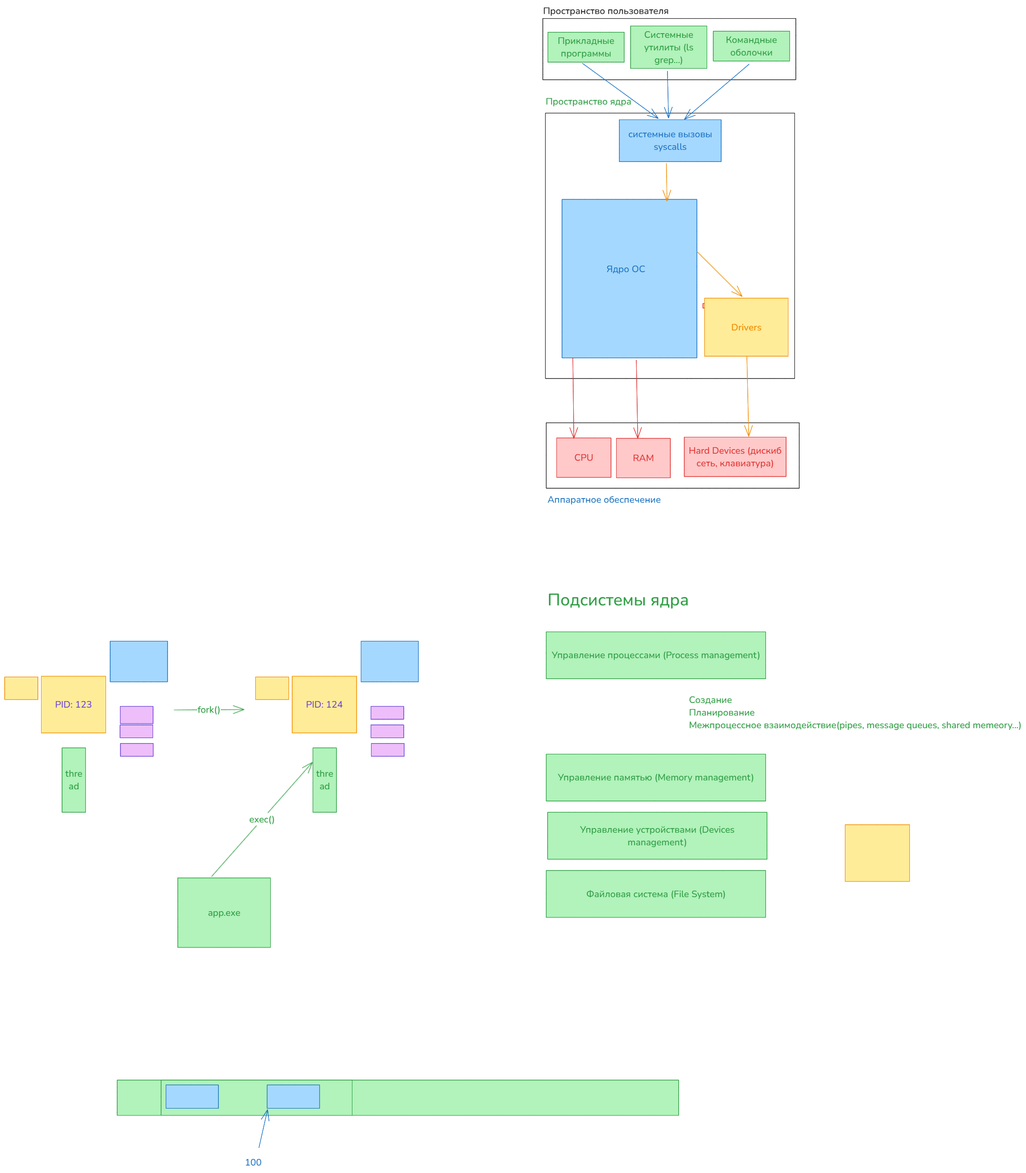
The Excalidraw diagram 2.os/2.2.kernel.excalidraw.png in silvercodes/p32_docker, before a commit. Source tidied: one line per element, renumbered; positions are measured from the earlier drawing's top-left corner, leaving out a move shared by most shapes. The source it was exported from:
```json
{"id": 0, "type": "rectangle", "strokeColor": "#1e1e1e", "strokeWidth": 1, "roughness": 0, "x": 1158, "y": 232, "width": 534, "height": 569}
{"id": 1, "type": "rectangle", "strokeColor": "#1e1e1e", "strokeWidth": 1, "roughness": 0, "x": 1153, "y": 30, "width": 542, "height": 131}
{"id": 2, "type": "rectangle", "strokeColor": "#1e1e1e", "strokeWidth": 1, "roughness": 0, "x": 1160, "y": 896, "width": 542, "height": 140}
{"id": 3, "type": "text", "text": "Пространство пользователя", "strokeColor": "#1e1e1e", "strokeWidth": 1, "roughness": 0, "fontSize": 20, "fontFamily": 6, "x": 1153, "y": 0, "width": 269, "height": 27}
{"id": 4, "type": "rectangle", "strokeColor": "#2f9e44", "backgroundColor": "#b2f2bb", "fillStyle": "solid", "strokeWidth": 1, "roughness": 0, "x": 1164, "y": 59, "width": 164, "height": 64}
{"id": 5, "type": "text", "text": "Прикладные\nпрограммы", "strokeColor": "#2f9e44", "strokeWidth": 1, "roughness": 0, "fontSize": 20, "fontFamily": 6, "textAlign": "center", "verticalAlign": "middle", "inside": 4, "x": 1185, "y": 64, "width": 122, "height": 54}
{"id": 6, "type": "rectangle", "strokeColor": "#2f9e44", "backgroundColor": "#b2f2bb", "fillStyle": "solid", "strokeWidth": 1, "roughness": 0, "x": 1341, "y": 46, "width": 164, "height": 91}
{"id": 7, "type": "text", "text": "Системные\nутилиты (ls\ngrep...)", "strokeColor": "#2f9e44", "strokeWidth": 1, "roughness": 0, "fontSize": 20, "fontFamily": 6, "textAlign": "center", "verticalAlign": "middle", "inside": 6, "x": 1370, "y": 51, "width": 106, "height": 81}
{"id": 8, "type": "rectangle", "strokeColor": "#2f9e44", "backgroundColor": "#b2f2bb", "fillStyle": "solid", "strokeWidth": 1, "roughness": 0, "x": 1518, "y": 57, "width": 164, "height": 64}
{"id": 9, "type": "text", "text": "Командные\nоболочки", "strokeColor": "#2f9e44", "strokeWidth": 1, "roughness": 0, "fontSize": 20, "fontFamily": 6, "textAlign": "center", "verticalAlign": "middle", "inside": 8, "x": 1545, "y": 62, "width": 110, "height": 54}
{"id": 10, "type": "text", "text": "Пространство ядра", "strokeColor": "#2f9e44", "backgroundColor": "#b2f2bb", "fillStyle": "solid", "strokeWidth": 1, "roughness": 0, "fontSize": 20, "fontFamily": 6, "x": 1159, "y": 194, "width": 184, "height": 27}
{"id": 11, "type": "rectangle", "strokeColor": "#1971c2", "backgroundColor": "#a5d8ff", "fillStyle": "solid", "strokeWidth": 1, "roughness": 0, "x": 1317, "y": 246, "width": 218, "height": 90}
{"id": 12, "type": "text", "text": "системные вызовы\nsyscalls", "strokeColor": "#1971c2", "backgroundColor": "#a5d8ff", "fillStyle": "solid", "strokeWidth": 1, "roughness": 0, "fontSize": 20, "fontFamily": 6, "textAlign": "center", "verticalAlign": "middle", "inside": 11, "x": 1336, "y": 264, "width": 180, "height": 54}
{"id": 13, "type": "arrow", "strokeColor": "#1971c2", "backgroundColor": "#a5d8ff", "fillStyle": "solid", "strokeWidth": 1, "roughness": 0, "endArrowhead": "arrow", "round": true, "from": 4, "to": 11, "x": 1238, "y": 126, "width": 163, "height": 118, "points": [[0, 0], [163, 118]]}
{"id": 14, "type": "arrow", "strokeColor": "#1971c2", "backgroundColor": "#a5d8ff", "fillStyle": "solid", "strokeWidth": 1, "roughness": 0, "endArrowhead": "arrow", "round": true, "from": 6, "to": 11, "x": 1420, "y": 142, "width": 2, "height": 100, "points": [[0, 0], [2, 100]]}
{"id": 15, "type": "arrow", "strokeColor": "#1971c2", "backgroundColor": "#a5d8ff", "fillStyle": "solid", "strokeWidth": 1, "roughness": 0, "endArrowhead": "arrow", "round": true, "from": 8, "to": 11, "x": 1595, "y": 127, "width": 139, "height": 118, "points": [[0, 0], [-139, 118]]}
{"id": 16, "type": "rectangle", "strokeColor": "#1971c2", "backgroundColor": "#a5d8ff", "fillStyle": "solid", "strokeWidth": 1, "roughness": 0, "x": 1194, "y": 417, "width": 289, "height": 340}
{"id": 17, "type": "text", "text": "Ядро ОС", "strokeColor": "#1971c2", "backgroundColor": "#a5d8ff", "fillStyle": "solid", "strokeWidth": 1, "roughness": 0, "fontSize": 20, "fontFamily": 6, "x": 1289, "y": 553, "width": 83, "height": 27}
{"id": 18, "type": "text", "text": "Аппаратное обеспечение", "strokeColor": "#1971c2", "backgroundColor": "#a5d8ff", "fillStyle": "solid", "strokeWidth": 1, "roughness": 0, "fontSize": 20, "fontFamily": 6, "x": 1163, "y": 1047, "width": 243, "height": 27}
{"id": 19, "type": "rectangle", "strokeColor": "#e03131", "backgroundColor": "#ffc9c9", "fillStyle": "solid", "strokeWidth": 1, "roughness": 0, "x": 1183, "y": 928, "width": 116, "height": 84}
{"id": 20, "type": "text", "text": "CPU", "strokeColor": "#e03131", "backgroundColor": "#ffc9c9", "fillStyle": "solid", "strokeWidth": 1, "roughness": 0, "fontSize": 20, "fontFamily": 6, "textAlign": "center", "verticalAlign": "middle", "inside": 19, "x": 1220, "y": 957, "width": 41, "height": 27}
{"id": 21, "type": "rectangle", "strokeColor": "#e03131", "backgroundColor": "#ffc9c9", "fillStyle": "solid", "strokeWidth": 1, "roughness": 0, "x": 1311, "y": 929, "width": 116, "height": 84}
{"id": 22, "type": "text", "text": "RAM", "strokeColor": "#e03131", "backgroundColor": "#ffc9c9", "fillStyle": "solid", "strokeWidth": 1, "roughness": 0, "fontSize": 20, "fontFamily": 6, "textAlign": "center", "verticalAlign": "middle", "inside": 21, "x": 1346, "y": 958, "width": 45, "height": 27}
{"id": 23, "type": "rectangle", "strokeColor": "#e03131", "backgroundColor": "#ffc9c9", "fillStyle": "solid", "strokeWidth": 1, "roughness": 0, "x": 1456, "y": 926, "width": 218, "height": 84}
{"id": 24, "type": "text", "text": "Hard Devices (дискиб\nсеть, клавиатура)", "strokeColor": "#e03131", "backgroundColor": "#ffc9c9", "fillStyle": "solid", "strokeWidth": 1, "roughness": 0, "fontSize": 20, "fontFamily": 6, "textAlign": "center", "verticalAlign": "middle", "inside": 23, "x": 1465, "y": 942, "width": 199, "height": 54}
{"id": 25, "type": "arrow", "strokeColor": "#e03131", "backgroundColor": "#ffc9c9", "fillStyle": "solid", "strokeWidth": 1, "roughness": 0, "endArrowhead": "arrow", "round": true, "from": 16, "to": 19, "x": 1217, "y": 757, "width": 2, "height": 172, "points": [[0, 0], [2, 172]]}
{"id": 26, "type": "arrow", "strokeColor": "#e03131", "backgroundColor": "#ffc9c9", "fillStyle": "solid", "strokeWidth": 1, "roughness": 0, "endArrowhead": "arrow", "round": true, "from": 16, "to": 21, "x": 1353, "y": 761, "width": 3, "height": 168, "points": [[0, 0], [3, 168]]}
{"id": 27, "type": "rectangle", "strokeColor": "#f08c00", "backgroundColor": "#ffec99", "fillStyle": "solid", "strokeWidth": 1, "roughness": 0, "x": 1499, "y": 629, "width": 179, "height": 124}
{"id": 28, "type": "text", "text": "Drivers", "strokeColor": "#f08c00", "backgroundColor": "#ffec99", "fillStyle": "solid", "strokeWidth": 1, "roughness": 0, "fontSize": 20, "fontFamily": 6, "textAlign": "center", "verticalAlign": "middle", "inside": 27, "x": 1557, "y": 677, "width": 65, "height": 27}
{"id": 29, "type": "arrow", "strokeColor": "#f08c00", "backgroundColor": "#ffec99", "fillStyle": "solid", "strokeWidth": 1, "roughness": 0, "endArrowhead": "arrow", "round": true, "from": 16, "to": 27, "x": 1483, "y": 528, "width": 97, "height": 97, "points": [[0, 0], [97, 97]]}
{"id": 30, "type": "arrow", "strokeColor": "#f08c00", "backgroundColor": "#ffec99", "fillStyle": "solid", "strokeWidth": 1, "roughness": 0, "endArrowhead": "arrow", "round": true, "from": 27, "to": 23, "x": 1590, "y": 754, "width": 4, "height": 171, "points": [[0, 0], [4, 171]]}
{"id": 31, "type": "arrow", "strokeColor": "#f08c00", "backgroundColor": "#ffec99", "fillStyle": "solid", "strokeWidth": 1, "roughness": 0, "endArrowhead": "arrow", "round": true, "from": 11, "to": 16, "x": 1418, "y": 340, "width": 1, "height": 81, "points": [[0, 0], [1, 81]]}
{"id": 32, "type": "text", "text": "Подсистемы ядра", "strokeColor": "#2f9e44", "backgroundColor": "#ffec99", "fillStyle": "solid", "strokeWidth": 1, "roughness": 0, "fontSize": 36, "fontFamily": 6, "x": 1163, "y": 1251, "width": 303, "height": 49}
{"id": 33, "type": "rectangle", "strokeColor": "#2f9e44", "backgroundColor": "#b2f2bb", "fillStyle": "solid", "strokeWidth": 1, "roughness": 0, "x": 1160, "y": 1344, "width": 470, "height": 101}
{"id": 34, "type": "text", "text": "Управление процессами (Process management)", "strokeColor": "#2f9e44", "backgroundColor": "#b2f2bb", "fillStyle": "solid", "strokeWidth": 1, "roughness": 0, "fontSize": 20, "fontFamily": 6, "textAlign": "center", "verticalAlign": "middle", "inside": 33, "x": 1172, "y": 1380, "width": 447, "height": 27}
{"id": 35, "type": "text", "text": "Создание\nПланирование\nМежпроцессное взаимодействие(pipes, message queues, shared memeory...)", "strokeColor": "#2f9e44", "backgroundColor": "#b2f2bb", "fillStyle": "solid", "strokeWidth": 1, "roughness": 0, "fontSize": 20, "fontFamily": 6, "x": 1466, "y": 1476, "width": 713, "height": 81}
{"id": 36, "type": "rectangle", "strokeColor": "#f08c00", "backgroundColor": "#ffec99", "fillStyle": "solid", "strokeWidth": 1, "roughness": 0, "x": 79, "y": 1439, "width": 138, "height": 122}
{"id": 37, "type": "text", "text": "PID: 123", "strokeColor": "#6741d9", "backgroundColor": "#eebefa", "fillStyle": "solid", "strokeWidth": 1, "roughness": 0, "fontSize": 20, "fontFamily": 6, "textAlign": "center", "verticalAlign": "middle", "inside": 36, "x": 108, "y": 1486, "width": 79, "height": 27}
{"id": 38, "type": "rectangle", "strokeColor": "#f08c00", "backgroundColor": "#ffec99", "fillStyle": "solid", "strokeWidth": 1, "roughness": 0, "x": 0, "y": 1440, "width": 71, "height": 48}
{"id": 39, "type": "rectangle", "strokeColor": "#1971c2", "backgroundColor": "#a5d8ff", "fillStyle": "solid", "strokeWidth": 1, "roughness": 0, "x": 226, "y": 1364, "width": 123, "height": 87}
{"id": 40, "type": "rectangle", "strokeColor": "#6741d9", "backgroundColor": "#eebefa", "fillStyle": "solid", "strokeWidth": 1, "roughness": 0, "x": 248, "y": 1503, "width": 70, "height": 37}
{"id": 41, "type": "rectangle", "strokeColor": "#6741d9", "backgroundColor": "#eebefa", "fillStyle": "solid", "strokeWidth": 1, "roughness": 0, "x": 247, "y": 1543, "width": 70, "height": 28}
{"id": 42, "type": "rectangle", "strokeColor": "#6741d9", "backgroundColor": "#eebefa", "fillStyle": "solid", "strokeWidth": 1, "roughness": 0, "x": 248, "y": 1583, "width": 70, "height": 28}
{"id": 43, "type": "rectangle", "strokeColor": "#2f9e44", "backgroundColor": "#b2f2bb", "fillStyle": "solid", "strokeWidth": 1, "roughness": 0, "x": 123, "y": 1592, "width": 50, "height": 138}
{"id": 44, "type": "text", "text": "thre\nad", "strokeColor": "#2f9e44", "backgroundColor": "#b2f2bb", "fillStyle": "solid", "strokeWidth": 1, "roughness": 0, "fontSize": 20, "fontFamily": 6, "textAlign": "center", "verticalAlign": "middle", "inside": 43, "x": 130, "y": 1634, "width": 37, "height": 54}
{"id": 45, "type": "rectangle", "strokeColor": "#f08c00", "backgroundColor": "#ffec99", "fillStyle": "solid", "strokeWidth": 1, "roughness": 0, "x": 616, "y": 1439, "width": 138, "height": 122}
{"id": 46, "type": "text", "text": "PID: 124", "strokeColor": "#6741d9", "backgroundColor": "#eebefa", "fillStyle": "solid", "strokeWidth": 1, "roughness": 0, "fontSize": 20, "fontFamily": 6, "textAlign": "center", "verticalAlign": "middle", "inside": 45, "x": 646, "y": 1486, "width": 79, "height": 27}
{"id": 47, "type": "rectangle", "strokeColor": "#f08c00", "backgroundColor": "#ffec99", "fillStyle": "solid", "strokeWidth": 1, "roughness": 0, "x": 537, "y": 1440, "width": 71, "height": 48}
{"id": 48, "type": "rectangle", "strokeColor": "#1971c2", "backgroundColor": "#a5d8ff", "fillStyle": "solid", "strokeWidth": 1, "roughness": 0, "x": 763, "y": 1364, "width": 123, "height": 87}
{"id": 49, "type": "rectangle", "strokeColor": "#6741d9", "backgroundColor": "#eebefa", "fillStyle": "solid", "strokeWidth": 1, "roughness": 0, "x": 785, "y": 1503, "width": 70, "height": 28}
{"id": 50, "type": "rectangle", "strokeColor": "#6741d9", "backgroundColor": "#eebefa", "fillStyle": "solid", "strokeWidth": 1, "roughness": 0, "x": 785, "y": 1543, "width": 70, "height": 28}
{"id": 51, "type": "rectangle", "strokeColor": "#6741d9", "backgroundColor": "#eebefa", "fillStyle": "solid", "strokeWidth": 1, "roughness": 0, "x": 785, "y": 1583, "width": 70, "height": 28}
{"id": 52, "type": "rectangle", "strokeColor": "#2f9e44", "backgroundColor": "#b2f2bb", "fillStyle": "solid", "strokeWidth": 1, "roughness": 0, "x": 660, "y": 1592, "width": 50, "height": 138}
{"id": 53, "type": "text", "text": "thre\nad", "strokeColor": "#2f9e44", "backgroundColor": "#b2f2bb", "fillStyle": "solid", "strokeWidth": 1, "roughness": 0, "fontSize": 20, "fontFamily": 6, "textAlign": "center", "verticalAlign": "middle", "inside": 52, "x": 667, "y": 1634, "width": 37, "height": 54}
{"id": 54, "type": "arrow", "strokeColor": "#2f9e44", "backgroundColor": "#b2f2bb", "fillStyle": "solid", "strokeWidth": 1, "roughness": 0, "endArrowhead": "arrow", "round": true, "x": 363, "y": 1511, "width": 150, "height": 1, "points": [[0, 0], [150, -1]]}
{"id": 55, "type": "text", "text": "fork()", "strokeColor": "#2f9e44", "backgroundColor": "#b2f2bb", "fillStyle": "solid", "strokeWidth": 1, "roughness": 0, "fontSize": 20, "fontFamily": 6, "textAlign": "center", "verticalAlign": "middle", "inside": 54, "x": 501, "y": 1407, "width": 49, "height": 27}
{"id": 56, "type": "rectangle", "strokeColor": "#2f9e44", "backgroundColor": "#b2f2bb", "fillStyle": "solid", "strokeWidth": 1, "roughness": 0, "x": 371, "y": 1871, "width": 199, "height": 149}
{"id": 57, "type": "text", "text": "app.exe", "strokeColor": "#2f9e44", "backgroundColor": "#b2f2bb", "fillStyle": "solid", "strokeWidth": 1, "roughness": 0, "fontSize": 20, "fontFamily": 6, "textAlign": "center", "verticalAlign": "middle", "inside": 56, "x": 435, "y": 1932, "width": 70, "height": 27}
{"id": 58, "type": "arrow", "strokeColor": "#2f9e44", "backgroundColor": "#b2f2bb", "fillStyle": "solid", "strokeWidth": 1, "roughness": 0, "endArrowhead": "arrow", "round": true, "from": 56, "to": 52, "x": 443, "y": 1868, "width": 216, "height": 245, "points": [[0, 0], [216, -245]]}
{"id": 59, "type": "text", "text": "exec()", "strokeColor": "#2f9e44", "backgroundColor": "#b2f2bb", "fillStyle": "solid", "strokeWidth": 1, "roughness": 0, "fontSize": 20, "fontFamily": 6, "textAlign": "center", "verticalAlign": "middle", "inside": 58, "x": 612, "y": 1656, "width": 55, "height": 27}
{"id": 60, "type": "rectangle", "strokeColor": "#2f9e44", "backgroundColor": "#b2f2bb", "fillStyle": "solid", "strokeWidth": 1, "roughness": 0, "x": 1160, "y": 1606, "width": 470, "height": 101}
{"id": 61, "type": "text", "text": "Управление памятью (Memory management)", "strokeColor": "#2f9e44", "backgroundColor": "#b2f2bb", "fillStyle": "solid", "strokeWidth": 1, "roughness": 0, "fontSize": 20, "fontFamily": 6, "textAlign": "center", "verticalAlign": "middle", "inside": 60, "x": 1185, "y": 1642, "width": 421, "height": 27}
{"id": 62, "type": "rectangle", "strokeColor": "#2f9e44", "backgroundColor": "#b2f2bb", "fillStyle": "solid", "strokeWidth": 1, "roughness": 0, "x": 1163, "y": 1730, "width": 470, "height": 101}
{"id": 63, "type": "text", "text": "Управление устройствами (Devices\nmanagement)", "strokeColor": "#2f9e44", "backgroundColor": "#b2f2bb", "fillStyle": "solid", "strokeWidth": 1, "roughness": 0, "fontSize": 20, "fontFamily": 6, "textAlign": "center", "verticalAlign": "middle", "inside": 62, "x": 1233, "y": 1753, "width": 331, "height": 54}
{"id": 64, "type": "rectangle", "strokeColor": "#2f9e44", "backgroundColor": "#b2f2bb", "fillStyle": "solid", "strokeWidth": 1, "roughness": 0, "x": 1160, "y": 1855, "width": 470, "height": 101}
{"id": 65, "type": "text", "text": "Файловая система (File System)", "strokeColor": "#2f9e44", "backgroundColor": "#b2f2bb", "fillStyle": "solid", "strokeWidth": 1, "roughness": 0, "fontSize": 20, "fontFamily": 6, "textAlign": "center", "verticalAlign": "middle", "inside": 64, "x": 1246, "y": 1892, "width": 299, "height": 27}
```
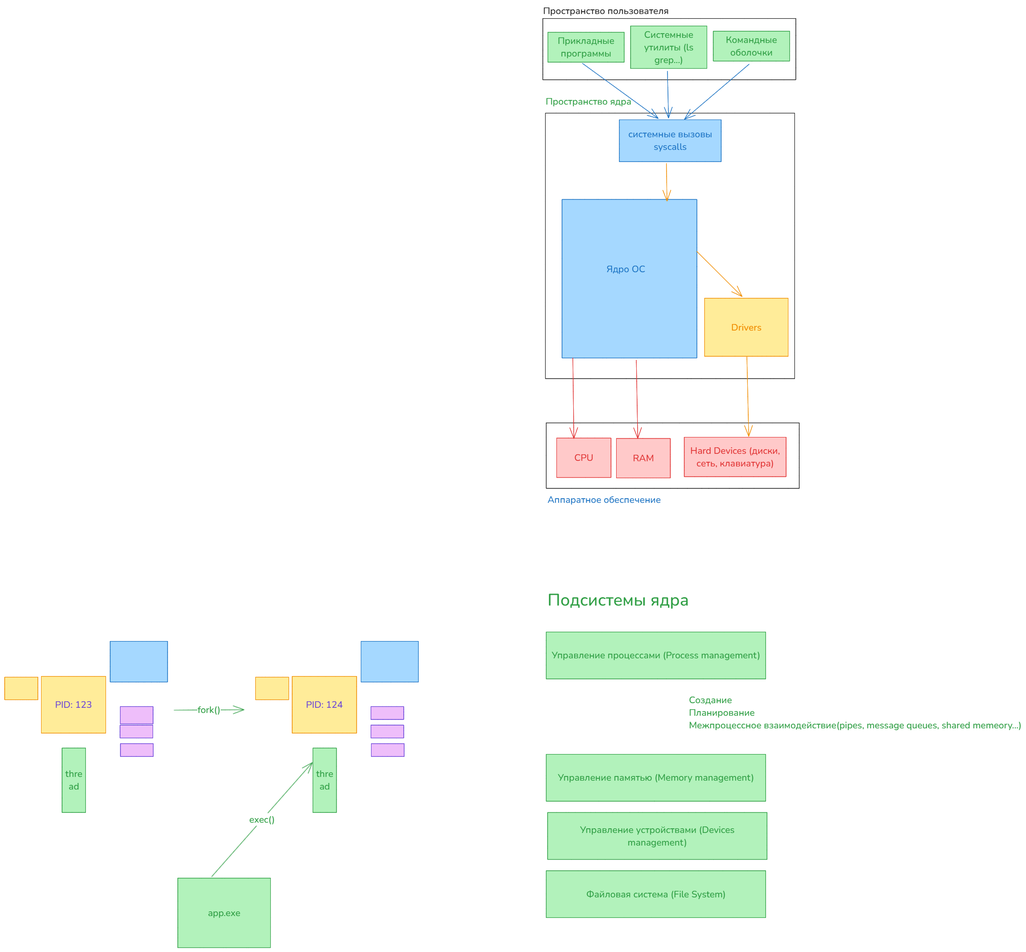
After the change.

Diff of the diagram source:
```diff
@@ -22,7 +22,7 @@
 {"id": 21, "type": "rectangle", "strokeColor": "#e03131", "backgroundColor": "#ffc9c9", "fillStyle": "solid", "strokeWidth": 1, "roughness": 0, "x": 1311, "y": 929, "width": 116, "height": 84}
 {"id": 22, "type": "text", "text": "RAM", "strokeColor": "#e03131", "backgroundColor": "#ffc9c9", "fillStyle": "solid", "strokeWidth": 1, "roughness": 0, "fontSize": 20, "fontFamily": 6, "textAlign": "center", "verticalAlign": "middle", "inside": 21, "x": 1346, "y": 958, "width": 45, "height": 27}
 {"id": 23, "type": "rectangle", "strokeColor": "#e03131", "backgroundColor": "#ffc9c9", "fillStyle": "solid", "strokeWidth": 1, "roughness": 0, "x": 1456, "y": 926, "width": 218, "height": 84}
-{"id": 24, "type": "text", "text": "Hard Devices (дискиб\nсеть, клавиатура)", "strokeColor": "#e03131", "backgroundColor": "#ffc9c9", "fillStyle": "solid", "strokeWidth": 1, "roughness": 0, "fontSize": 20, "fontFamily": 6, "textAlign": "center", "verticalAlign": "middle", "inside": 23, "x": 1465, "y": 942, "width": 199, "height": 54}
+{"id": 24, "type": "text", "text": "Hard Devices (диски,\nсеть, клавиатура)", "strokeColor": "#e03131", "backgroundColor": "#ffc9c9", "fillStyle": "solid", "strokeWidth": 1, "roughness": 0, "fontSize": 20, "fontFamily": 6, "textAlign": "center", "verticalAlign": "middle", "inside": 23, "x": 1469, "y": 942, "width": 192, "height": 54}
 {"id": 25, "type": "arrow", "strokeColor": "#e03131", "backgroundColor": "#ffc9c9", "fillStyle": "solid", "strokeWidth": 1, "roughness": 0, "endArrowhead": "arrow", "round": true, "from": 16, "to": 19, "x": 1217, "y": 757, "width": 2, "height": 172, "points": [[0, 0], [2, 172]]}
 {"id": 26, "type": "arrow", "strokeColor": "#e03131", "backgroundColor": "#ffc9c9", "fillStyle": "solid", "strokeWidth": 1, "roughness": 0, "endArrowhead": "arrow", "round": true, "from": 16, "to": 21, "x": 1353, "y": 761, "width": 3, "height": 168, "points": [[0, 0], [3, 168]]}
 {"id": 27, "type": "rectangle", "strokeColor": "#f08c00", "backgroundColor": "#ffec99", "fillStyle": "solid", "strokeWidth": 1, "roughness": 0, "x": 1499, "y": 629, "width": 179, "height": 124}
```
